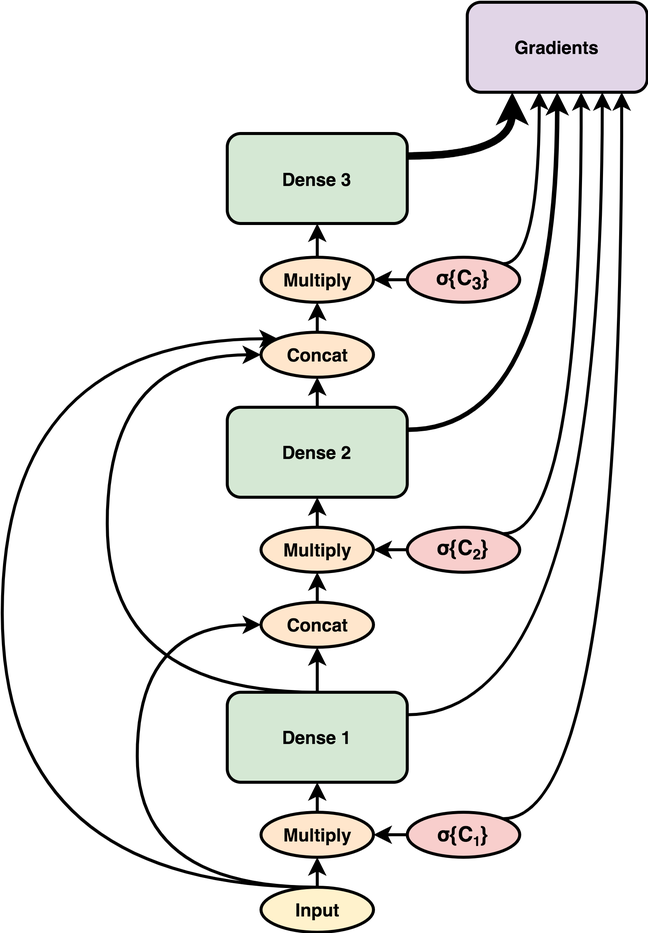
Before: paper/DSC.png, a diagram exported from draw.io (kingspp/differentiable_learning). Source tidied: cells renumbered, new cells last; positions are measured from the earlier drawing's top-left corner, leaving out a move shared by most shapes. The source it was exported from:
```xml
<mxGraphModel>
  <root>
    <mxCell id="0" />
    <mxCell id="1" parent="0" />
    <mxCell id="2" style="edgeStyle=orthogonalEdgeStyle;curved=1;rounded=0;jettySize=auto;html=1;exitX=0.5;exitY=0;exitDx=0;exitDy=0;entryX=0;entryY=0.5;entryDx=0;entryDy=0;strokeColor=#000000;strokeWidth=2;" parent="1" edge="1" source="5" target="17">
      <mxGeometry relative="1" as="geometry">
        <Array as="points">
          <mxPoint x="90" y="590" />
          <mxPoint x="90" y="415" />
        </Array>
      </mxGeometry>
    </mxCell>
    <mxCell id="3" style="edgeStyle=orthogonalEdgeStyle;curved=1;rounded=0;jettySize=auto;html=1;exitX=0.5;exitY=0;exitDx=0;exitDy=0;entryX=0;entryY=0;entryDx=0;entryDy=0;strokeColor=#000000;strokeWidth=2;" parent="1" edge="1" source="5" target="19">
      <mxGeometry relative="1" as="geometry">
        <Array as="points">
          <mxPoint y="590" />
          <mxPoint y="224" />
        </Array>
      </mxGeometry>
    </mxCell>
    <mxCell id="4" style="edgeStyle=orthogonalEdgeStyle;curved=1;rounded=0;jettySize=auto;html=1;exitX=0.5;exitY=0;exitDx=0;exitDy=0;entryX=0.5;entryY=1;entryDx=0;entryDy=0;strokeColor=#000000;strokeWidth=2;" parent="1" edge="1" source="5" target="34">
      <mxGeometry relative="1" as="geometry" />
    </mxCell>
    <mxCell id="5" value="Input" style="ellipse;whiteSpace=wrap;html=1;fillColor=#fff2cc;strokeColor=#000000;fontStyle=1;strokeWidth=2;" parent="1" vertex="1">
      <mxGeometry x="172.5" y="590" width="75" height="30" as="geometry" />
    </mxCell>
    <mxCell id="6" style="edgeStyle=orthogonalEdgeStyle;rounded=0;jettySize=auto;html=1;exitX=1;exitY=0.25;exitDx=0;exitDy=0;entryX=0.75;entryY=1;entryDx=0;entryDy=0;strokeColor=#000000;strokeWidth=2;curved=1;" parent="1" edge="1" source="9" target="15">
      <mxGeometry relative="1" as="geometry" />
    </mxCell>
    <mxCell id="7" style="edgeStyle=none;rounded=0;jettySize=auto;html=1;exitX=0.5;exitY=0;exitDx=0;exitDy=0;entryX=0.5;entryY=1;entryDx=0;entryDy=0;strokeColor=#000000;strokeWidth=2;" parent="1" edge="1" source="9" target="17">
      <mxGeometry relative="1" as="geometry" />
    </mxCell>
    <mxCell id="8" style="edgeStyle=orthogonalEdgeStyle;curved=1;rounded=0;jettySize=auto;html=1;exitX=0.5;exitY=0;exitDx=0;exitDy=0;entryX=0;entryY=0.5;entryDx=0;entryDy=0;strokeColor=#000000;strokeWidth=2;" parent="1" edge="1" source="9" target="19">
      <mxGeometry relative="1" as="geometry">
        <Array as="points">
          <mxPoint x="70" y="460" />
          <mxPoint x="70" y="235" />
        </Array>
      </mxGeometry>
    </mxCell>
    <mxCell id="9" value="Dense 1" style="rounded=1;whiteSpace=wrap;html=1;fillColor=#d5e8d4;strokeColor=#000000;fontStyle=1;strokeWidth=2;" parent="1" vertex="1">
      <mxGeometry x="150" y="460" width="120" height="60" as="geometry" />
    </mxCell>
    <mxCell id="10" style="edgeStyle=orthogonalEdgeStyle;curved=1;rounded=0;jettySize=auto;html=1;exitX=1;exitY=0.25;exitDx=0;exitDy=0;entryX=0.5;entryY=1;entryDx=0;entryDy=0;strokeColor=#000000;strokeWidth=3;" parent="1" edge="1" source="12" target="15">
      <mxGeometry relative="1" as="geometry" />
    </mxCell>
    <mxCell id="11" style="edgeStyle=orthogonalEdgeStyle;curved=1;rounded=0;jettySize=auto;html=1;exitX=0.5;exitY=0;exitDx=0;exitDy=0;entryX=0.5;entryY=1;entryDx=0;entryDy=0;strokeColor=#000000;strokeWidth=2;" parent="1" edge="1" source="12" target="19">
      <mxGeometry relative="1" as="geometry" />
    </mxCell>
    <mxCell id="12" value="Dense 2" style="rounded=1;whiteSpace=wrap;html=1;fillColor=#d5e8d4;strokeColor=#000000;fontStyle=1;strokeWidth=2;" parent="1" vertex="1">
      <mxGeometry x="150" y="270" width="120" height="60" as="geometry" />
    </mxCell>
    <mxCell id="13" style="edgeStyle=orthogonalEdgeStyle;curved=1;rounded=0;jettySize=auto;html=1;exitX=1;exitY=0.25;exitDx=0;exitDy=0;entryX=0.25;entryY=1;entryDx=0;entryDy=0;strokeColor=#000000;strokeWidth=5;" parent="1" edge="1" source="14" target="15">
      <mxGeometry relative="1" as="geometry" />
    </mxCell>
    <mxCell id="14" value="Dense 3" style="rounded=1;whiteSpace=wrap;html=1;fillColor=#d5e8d4;strokeColor=#000000;fontStyle=1;strokeWidth=2;" parent="1" vertex="1">
      <mxGeometry x="150" y="87.5" width="120" height="60" as="geometry" />
    </mxCell>
    <mxCell id="15" value="Gradients" style="rounded=1;whiteSpace=wrap;html=1;strokeColor=#000000;strokeWidth=2;fontStyle=1;fillColor=#e1d5e7;" parent="1" vertex="1">
      <mxGeometry x="310" width="120" height="60" as="geometry" />
    </mxCell>
    <mxCell id="16" style="edgeStyle=orthogonalEdgeStyle;curved=1;rounded=0;jettySize=auto;html=1;exitX=0.5;exitY=0;exitDx=0;exitDy=0;entryX=0.5;entryY=1;entryDx=0;entryDy=0;strokeColor=#000000;strokeWidth=2;" parent="1" edge="1" source="17" target="29">
      <mxGeometry relative="1" as="geometry" />
    </mxCell>
    <mxCell id="17" value="Concat" style="ellipse;whiteSpace=wrap;html=1;fillColor=#ffe6cc;strokeColor=#000000;fontStyle=1;strokeWidth=2;" parent="1" vertex="1">
      <mxGeometry x="172.5" y="400" width="75" height="30" as="geometry" />
    </mxCell>
    <mxCell id="18" style="edgeStyle=orthogonalEdgeStyle;curved=1;rounded=0;jettySize=auto;html=1;exitX=0.5;exitY=0;exitDx=0;exitDy=0;entryX=0.5;entryY=1;entryDx=0;entryDy=0;strokeColor=#000000;strokeWidth=2;" parent="1" edge="1" source="19" target="24">
      <mxGeometry relative="1" as="geometry" />
    </mxCell>
    <mxCell id="19" value="Concat" style="ellipse;whiteSpace=wrap;html=1;fillColor=#ffe6cc;strokeColor=#000000;fontStyle=1;strokeWidth=2;" parent="1" vertex="1">
      <mxGeometry x="172.5" y="220" width="75" height="30" as="geometry" />
    </mxCell>
    <mxCell id="20" style="edgeStyle=orthogonalEdgeStyle;curved=1;rounded=0;jettySize=auto;html=1;exitX=0;exitY=0.5;exitDx=0;exitDy=0;entryX=1;entryY=0.5;entryDx=0;entryDy=0;strokeColor=#000000;strokeWidth=2;" parent="1" edge="1" source="22" target="24">
      <mxGeometry relative="1" as="geometry" />
    </mxCell>
    <mxCell id="21" style="edgeStyle=orthogonalEdgeStyle;curved=1;rounded=0;jettySize=auto;html=1;exitX=1;exitY=0;exitDx=0;exitDy=0;entryX=0.4;entryY=0.992;entryDx=0;entryDy=0;entryPerimeter=0;strokeColor=#000000;strokeWidth=2;" parent="1" edge="1" source="22" target="15">
      <mxGeometry relative="1" as="geometry">
        <Array as="points">
          <mxPoint x="358" y="174" />
        </Array>
      </mxGeometry>
    </mxCell>
    <mxCell id="22" value="&lt;b style=&quot;font-family: sans-serif ; font-size: 14px&quot;&gt;σ{C&lt;sub&gt;3&lt;/sub&gt;}&lt;/b&gt;" style="ellipse;whiteSpace=wrap;html=1;fillColor=#f8cecc;strokeColor=#000000;fontStyle=1;strokeWidth=2;" parent="1" vertex="1">
      <mxGeometry x="270" y="170" width="75" height="30" as="geometry" />
    </mxCell>
    <mxCell id="23" style="edgeStyle=orthogonalEdgeStyle;curved=1;rounded=0;jettySize=auto;html=1;exitX=0.5;exitY=0;exitDx=0;exitDy=0;strokeColor=#000000;strokeWidth=2;" parent="1" edge="1" source="24" target="14">
      <mxGeometry relative="1" as="geometry" />
    </mxCell>
    <mxCell id="24" value="Multiply" style="ellipse;whiteSpace=wrap;html=1;fillColor=#ffe6cc;strokeColor=#000000;fontStyle=1;strokeWidth=2;" parent="1" vertex="1">
      <mxGeometry x="172.5" y="170" width="75" height="30" as="geometry" />
    </mxCell>
    <mxCell id="25" style="edgeStyle=orthogonalEdgeStyle;curved=1;rounded=0;jettySize=auto;html=1;exitX=0;exitY=0.5;exitDx=0;exitDy=0;entryX=1;entryY=0.5;entryDx=0;entryDy=0;strokeColor=#000000;strokeWidth=2;" parent="1" edge="1" source="27" target="29">
      <mxGeometry relative="1" as="geometry" />
    </mxCell>
    <mxCell id="26" style="edgeStyle=orthogonalEdgeStyle;curved=1;rounded=0;jettySize=auto;html=1;exitX=1;exitY=0;exitDx=0;exitDy=0;entryX=0.633;entryY=1;entryDx=0;entryDy=0;entryPerimeter=0;strokeColor=#000000;strokeWidth=2;" parent="1" edge="1" source="27" target="15">
      <mxGeometry relative="1" as="geometry">
        <Array as="points">
          <mxPoint x="386" y="354" />
        </Array>
      </mxGeometry>
    </mxCell>
    <mxCell id="27" value="&lt;b style=&quot;font-family: sans-serif ; font-size: 14px&quot;&gt;σ{C&lt;/b&gt;&lt;b style=&quot;font-family: sans-serif ; font-size: 11.6667px&quot;&gt;&lt;sub&gt;2&lt;/sub&gt;&lt;/b&gt;&lt;b style=&quot;font-family: sans-serif&quot;&gt;&lt;span style=&quot;font-size: 14px&quot;&gt;}&lt;/span&gt;&lt;/b&gt;" style="ellipse;whiteSpace=wrap;html=1;fillColor=#f8cecc;strokeColor=#000000;fontStyle=1;strokeWidth=2;" parent="1" vertex="1">
      <mxGeometry x="270" y="350" width="75" height="30" as="geometry" />
    </mxCell>
    <mxCell id="28" style="edgeStyle=orthogonalEdgeStyle;curved=1;rounded=0;jettySize=auto;html=1;exitX=0.5;exitY=0;exitDx=0;exitDy=0;entryX=0.5;entryY=1;entryDx=0;entryDy=0;strokeColor=#000000;strokeWidth=2;" parent="1" edge="1" source="29" target="12">
      <mxGeometry relative="1" as="geometry" />
    </mxCell>
    <mxCell id="29" value="Multiply" style="ellipse;whiteSpace=wrap;html=1;fillColor=#ffe6cc;strokeColor=#000000;fontStyle=1;strokeWidth=2;" parent="1" vertex="1">
      <mxGeometry x="172.5" y="350" width="75" height="30" as="geometry" />
    </mxCell>
    <mxCell id="30" style="edgeStyle=orthogonalEdgeStyle;curved=1;rounded=0;jettySize=auto;html=1;exitX=0;exitY=0.5;exitDx=0;exitDy=0;entryX=1;entryY=0.5;entryDx=0;entryDy=0;strokeColor=#000000;strokeWidth=2;" parent="1" edge="1" source="32" target="34">
      <mxGeometry relative="1" as="geometry" />
    </mxCell>
    <mxCell id="31" style="edgeStyle=orthogonalEdgeStyle;curved=1;rounded=0;jettySize=auto;html=1;exitX=1;exitY=0;exitDx=0;exitDy=0;entryX=0.858;entryY=1;entryDx=0;entryDy=0;entryPerimeter=0;strokeColor=#000000;strokeWidth=2;" parent="1" edge="1" source="32" target="15">
      <mxGeometry relative="1" as="geometry">
        <Array as="points">
          <mxPoint x="413" y="544" />
        </Array>
      </mxGeometry>
    </mxCell>
    <mxCell id="32" value="&lt;b style=&quot;font-family: sans-serif ; font-size: 14px&quot;&gt;σ{C&lt;/b&gt;&lt;b style=&quot;font-family: sans-serif&quot;&gt;&lt;font size=&quot;1&quot;&gt;&lt;sub&gt;1&lt;/sub&gt;&lt;/font&gt;&lt;/b&gt;&lt;b style=&quot;font-family: sans-serif&quot;&gt;&lt;span style=&quot;font-size: 14px&quot;&gt;}&lt;/span&gt;&lt;/b&gt;" style="ellipse;whiteSpace=wrap;html=1;fillColor=#f8cecc;strokeColor=#000000;fontStyle=1;strokeWidth=2;" parent="1" vertex="1">
      <mxGeometry x="270" y="540" width="75" height="30" as="geometry" />
    </mxCell>
    <mxCell id="33" style="edgeStyle=orthogonalEdgeStyle;curved=1;rounded=0;jettySize=auto;html=1;exitX=0.5;exitY=0;exitDx=0;exitDy=0;entryX=0.5;entryY=1;entryDx=0;entryDy=0;strokeColor=#000000;strokeWidth=2;" parent="1" edge="1" source="34" target="9">
      <mxGeometry relative="1" as="geometry" />
    </mxCell>
    <mxCell id="34" value="Multiply" style="ellipse;whiteSpace=wrap;html=1;fillColor=#ffe6cc;strokeColor=#000000;fontStyle=1;strokeWidth=2;" parent="1" vertex="1">
      <mxGeometry x="172.5" y="540" width="75" height="30" as="geometry" />
    </mxCell>
  </root>
</mxGraphModel>
```
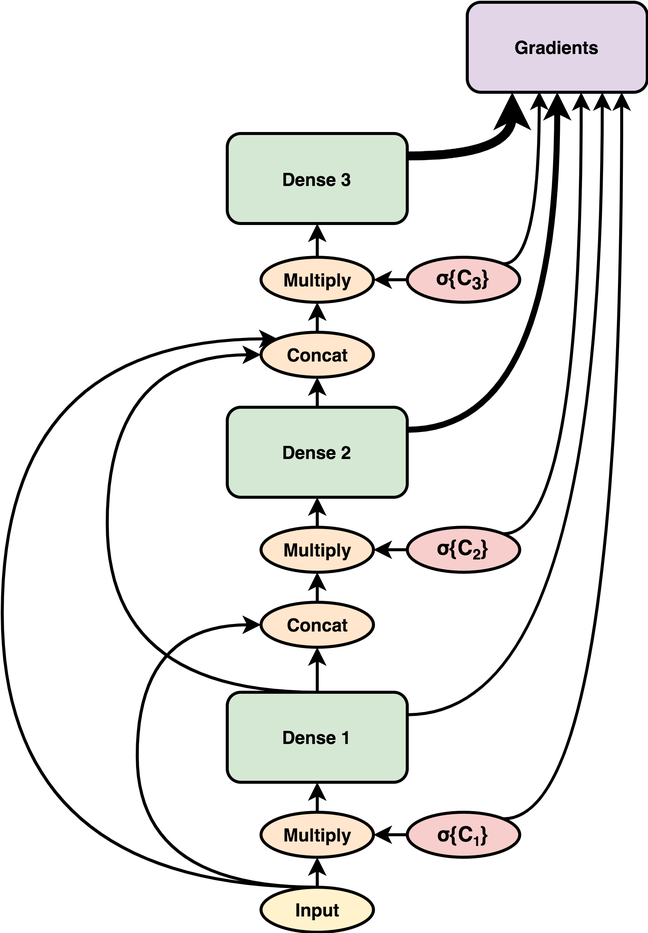
After the change.

The edit, as a diff of the source:
```diff
@@ -41,7 +41,7 @@
     <mxCell id="9" value="Dense 1" style="rounded=1;whiteSpace=wrap;html=1;fillColor=#d5e8d4;strokeColor=#000000;fontStyle=1;strokeWidth=2;" parent="1" vertex="1">
       <mxGeometry x="150" y="460" width="120" height="60" as="geometry" />
     </mxCell>
-    <mxCell id="10" style="edgeStyle=orthogonalEdgeStyle;curved=1;rounded=0;jettySize=auto;html=1;exitX=1;exitY=0.25;exitDx=0;exitDy=0;entryX=0.5;entryY=1;entryDx=0;entryDy=0;strokeColor=#000000;strokeWidth=3;" parent="1" edge="1" source="12" target="15">
+    <mxCell id="10" style="edgeStyle=orthogonalEdgeStyle;curved=1;rounded=0;jettySize=auto;html=1;exitX=1;exitY=0.25;exitDx=0;exitDy=0;entryX=0.5;entryY=1;entryDx=0;entryDy=0;strokeColor=#000000;strokeWidth=4;" parent="1" edge="1" source="12" target="15">
       <mxGeometry relative="1" as="geometry" />
     </mxCell>
     <mxCell id="11" style="edgeStyle=orthogonalEdgeStyle;curved=1;rounded=0;jettySize=auto;html=1;exitX=0.5;exitY=0;exitDx=0;exitDy=0;entryX=0.5;entryY=1;entryDx=0;entryDy=0;strokeColor=#000000;strokeWidth=2;" parent="1" edge="1" source="12" target="19">
@@ -50,7 +50,7 @@
     <mxCell id="12" value="Dense 2" style="rounded=1;whiteSpace=wrap;html=1;fillColor=#d5e8d4;strokeColor=#000000;fontStyle=1;strokeWidth=2;" parent="1" vertex="1">
       <mxGeometry x="150" y="270" width="120" height="60" as="geometry" />
     </mxCell>
-    <mxCell id="13" style="edgeStyle=orthogonalEdgeStyle;curved=1;rounded=0;jettySize=auto;html=1;exitX=1;exitY=0.25;exitDx=0;exitDy=0;entryX=0.25;entryY=1;entryDx=0;entryDy=0;strokeColor=#000000;strokeWidth=5;" parent="1" edge="1" source="14" target="15">
+    <mxCell id="13" style="edgeStyle=orthogonalEdgeStyle;curved=1;rounded=0;jettySize=auto;html=1;exitX=1;exitY=0.25;exitDx=0;exitDy=0;entryX=0.25;entryY=1;entryDx=0;entryDy=0;strokeColor=#000000;strokeWidth=6;" parent="1" edge="1" source="14" target="15">
       <mxGeometry relative="1" as="geometry" />
     </mxCell>
     <mxCell id="14" value="Dense 3" style="rounded=1;whiteSpace=wrap;html=1;fillColor=#d5e8d4;strokeColor=#000000;fontStyle=1;strokeWidth=2;" parent="1" vertex="1">
```
